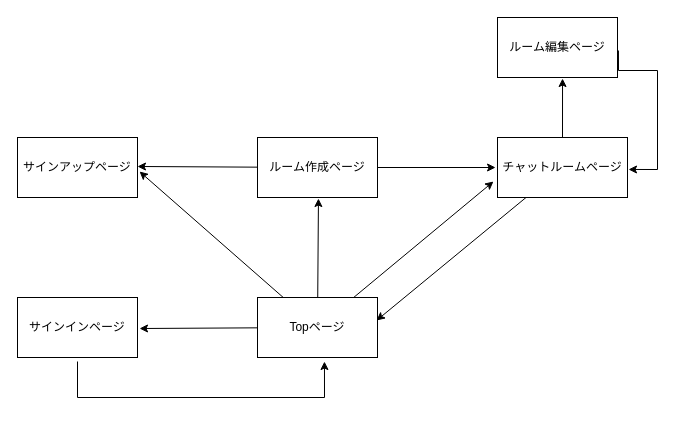
Before: bin/画面遷移図.dio in massan7251/breakpoint_app, a draw.io diagram. Source tidied: cells renumbered, new cells numbered last; positions are measured from the earlier drawing's top-left corner, leaving out a move shared by most shapes. Both pictures are drawn from the tidied source at 100%, with x=0, y=0 at pixel (17, 17).
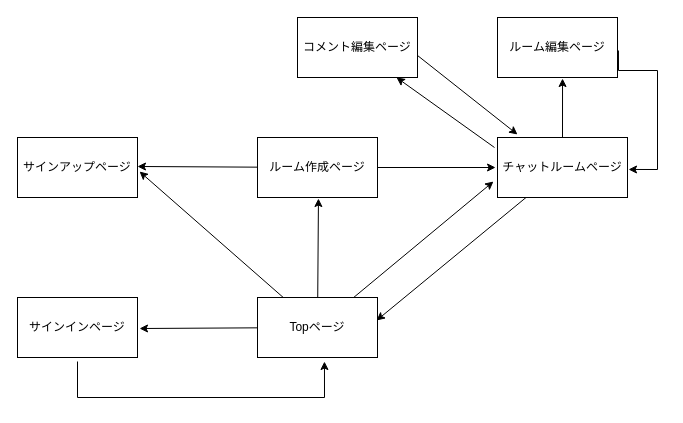
Above is the later version.

Commit message:
画面遷移図修正

Change to the diagram source:
```diff
@@
+    <mxCell id="18" style="edgeStyle=none;rounded=0;jettySize=auto;html=1;entryX=0.825;entryY=1;entryDx=0;entryDy=0;entryPerimeter=0;" parent="1" edge="1" target="20">
+      <mxGeometry relative="1" as="geometry">
+        <mxPoint x="477" y="130" as="sourcePoint" />
+      </mxGeometry>
+    </mxCell>
@@
+    <mxCell id="19" style="edgeStyle=none;rounded=0;jettySize=auto;html=1;exitX=1;exitY=0.633;exitDx=0;exitDy=0;exitPerimeter=0;" parent="1" edge="1" source="20">
+      <mxGeometry relative="1" as="geometry">
+        <mxPoint x="500" y="117" as="targetPoint" />
+      </mxGeometry>
+    </mxCell>
+    <mxCell id="20" value="コメント編集ページ" style="whiteSpace=wrap;html=1;align=center;newEdgeStyle={&quot;edgeStyle&quot;:&quot;elbowEdgeStyle&quot;,&quot;startArrow&quot;:&quot;none&quot;,&quot;endArrow&quot;:&quot;none&quot;};" parent="1" vertex="1">
+      <mxGeometry x="280" width="120" height="60" as="geometry" />
+    </mxCell>
```
